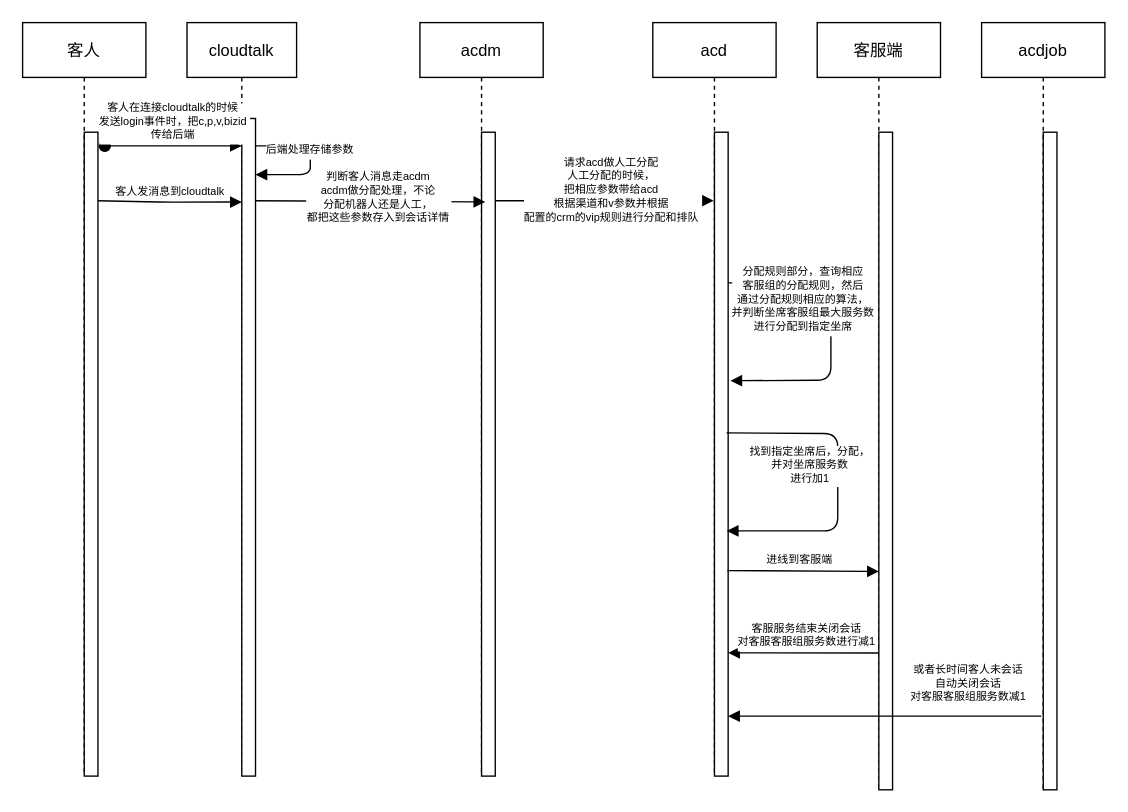
The draw.io diagram Untitled Diagram.drawio in lixinwangci/hello-world, before the edit. Source tidied: cells renumbered, new cells numbered last; positions are measured from the earlier drawing's top-left corner, leaving out a move shared by most shapes. Both pictures are drawn from the tidied source at 137%, with x=0, y=0 at pixel (22, 22).
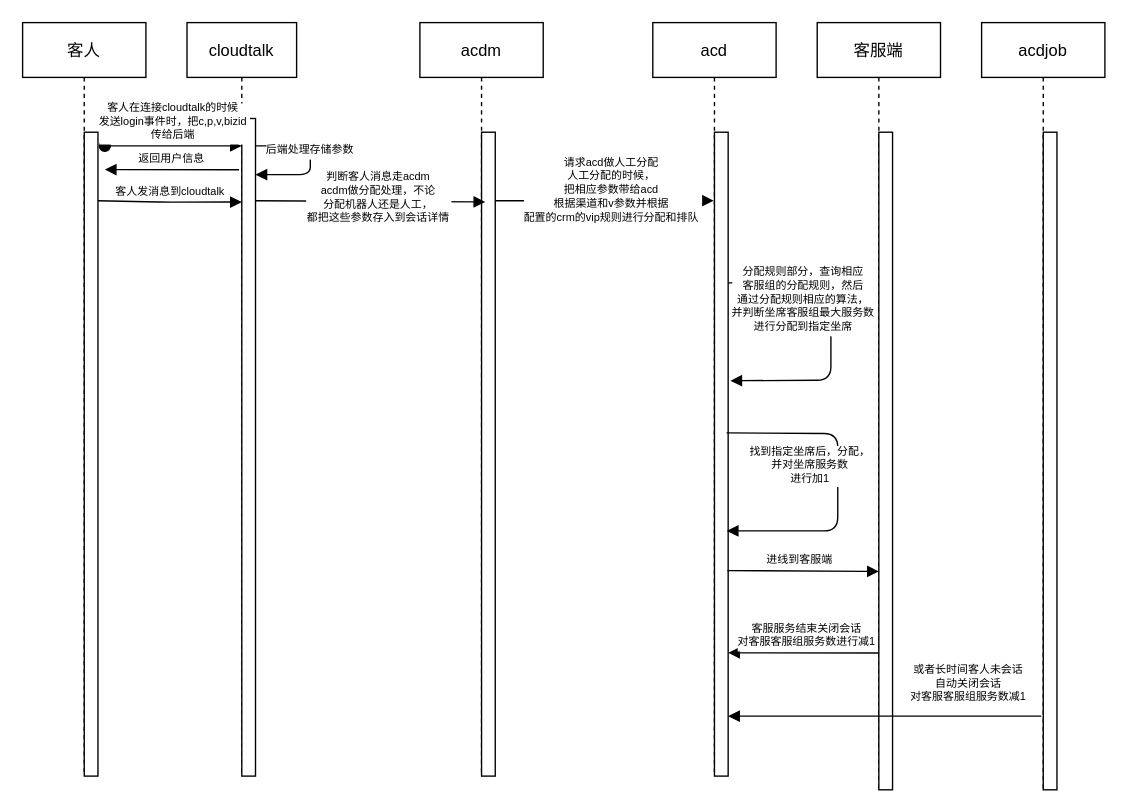
The same diagram, later.

The change refers to these unchanged cells:
```xml
<mxCell id="2" value="cloudtalk" style="shape=umlLifeline;perimeter=lifelinePerimeter;rounded=0;shadow=0;strokeWidth=1;" parent="1" vertex="1">
  <mxGeometry x="120" width="80" height="550" as="geometry" />
</mxCell>
<mxCell id="3" style="points=[];perimeter=orthogonalPerimeter;rounded=0;shadow=0;strokeWidth=1;" parent="2" vertex="1">
  <mxGeometry x="40" y="70" width="10" height="480" as="geometry" />
</mxCell>
<mxCell id="5" style="points=[];perimeter=orthogonalPerimeter;rounded=0;shadow=0;strokeWidth=1;" parent="4" vertex="1">
  <mxGeometry x="45" y="80" width="10" height="470" as="geometry" />
</mxCell>
```

What changed in the source:
```diff
@@
+    <mxCell id="24" value="返回用户信息" style="verticalAlign=bottom;startArrow=none;endArrow=block;startSize=8;shadow=0;strokeWidth=1;fontSize=8;entryX=1.5;entryY=0.058;entryDx=0;entryDy=0;entryPerimeter=0;exitX=-0.2;exitY=0.078;exitDx=0;exitDy=0;exitPerimeter=0;" parent="2" edge="1" source="3" target="5">
+      <mxGeometry relative="1" as="geometry" />
+    </mxCell>
```
